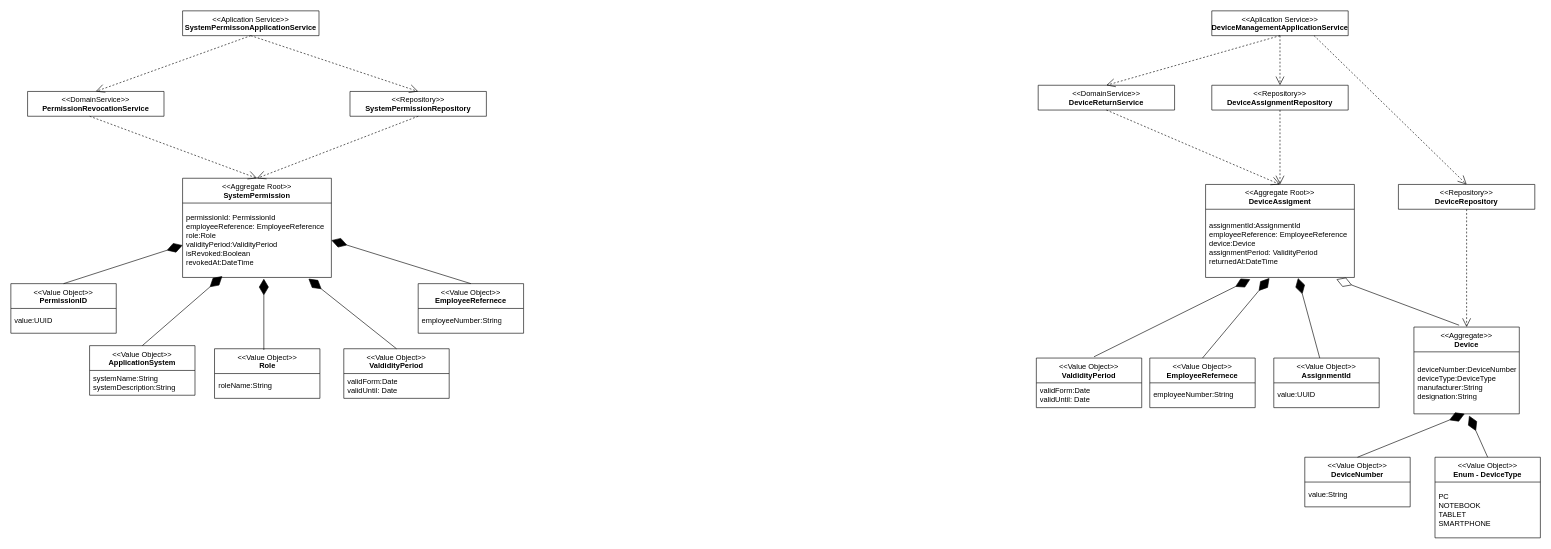
Before: uml/authorization-management.drawio in AlexanderCoopmans/FSE-Mitarbeiterverwaltung-Example, a draw.io diagram. Source tidied: cells renumbered, new cells numbered last; positions are measured from the earlier drawing's top-left corner, leaving out a move shared by most shapes. Both pictures are drawn from the tidied source at 62%, with x=0, y=0 at pixel (11, 11).
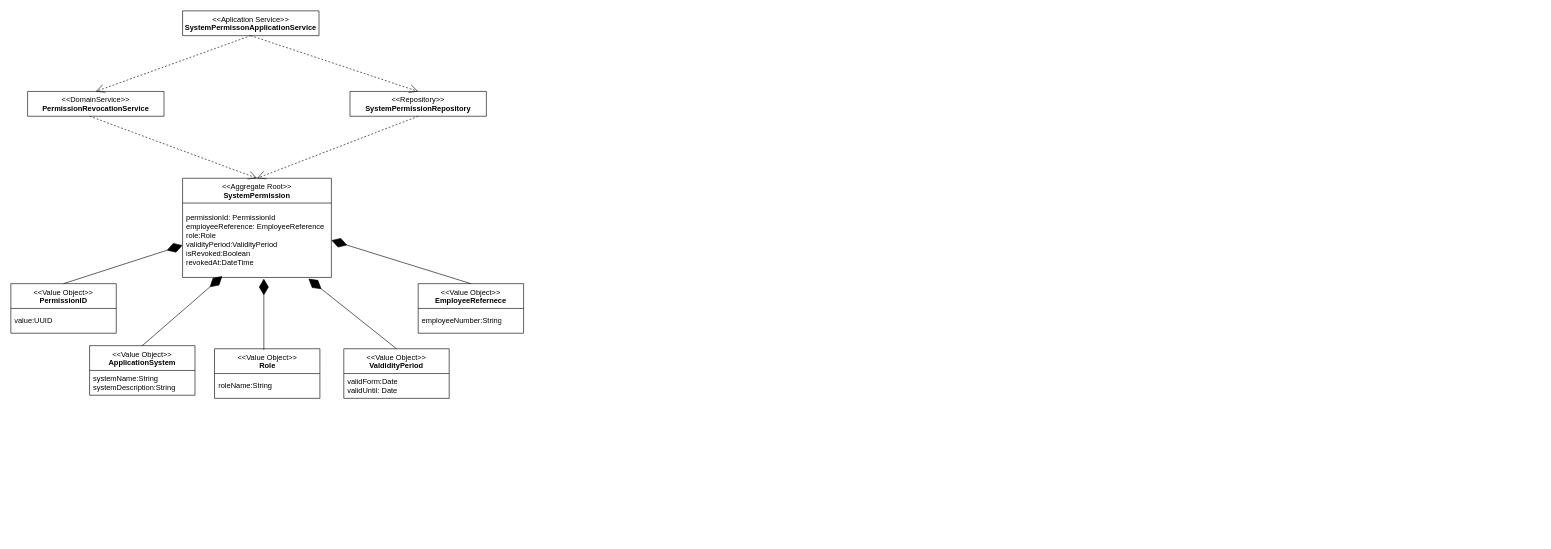
After the change.

What changed in the source:
```diff
@@
-    <mxCell id="3" value="&lt;div&gt;&amp;lt;&amp;lt;Aplication Service&amp;gt;&amp;gt;&lt;div&gt;&lt;b&gt;DeviceManagementApplicationService&lt;/b&gt;&lt;/div&gt;&lt;div&gt;&lt;br&gt;&lt;/div&gt;&lt;/div&gt;" style="swimlane;fontStyle=0;align=center;verticalAlign=top;horizontal=1;startSize=40;html=1;whiteSpace=wrap;" parent="1" vertex="1">
-      <mxGeometry x="1937" width="220" height="40" as="geometry" />
-    </mxCell>
@@
-    <mxCell id="6" value="&amp;lt;&amp;lt;DomainService&amp;gt;&amp;gt;&lt;div&gt;&lt;b&gt;DeviceReturnService&lt;/b&gt;&lt;/div&gt;&lt;div&gt;&lt;br&gt;&lt;/div&gt;" style="swimlane;fontStyle=0;align=center;verticalAlign=top;horizontal=1;startSize=40;html=1;whiteSpace=wrap;" parent="1" vertex="1">
-      <mxGeometry x="1657" y="120" width="220" height="40" as="geometry" />
-    </mxCell>
-    <mxCell id="7" value="&lt;div&gt;&amp;lt;&amp;lt;Repository&amp;gt;&amp;gt;&lt;div style=&quot;&quot;&gt;&lt;b&gt;DeviceAssignmentRepository&lt;/b&gt;&lt;/div&gt;&lt;/div&gt;" style="swimlane;fontStyle=0;align=center;verticalAlign=top;horizontal=1;startSize=40;html=1;whiteSpace=wrap;" parent="1" vertex="1">
-      <mxGeometry x="1937" y="120" width="220" height="40" as="geometry" />
-    </mxCell>
@@
-    <mxCell id="10" value="&lt;div style=&quot;&quot;&gt;&amp;lt;&amp;lt;Aggregate Root&amp;gt;&amp;gt;&lt;/div&gt;&lt;div style=&quot;&quot;&gt;&lt;b&gt;DeviceAssigment&lt;/b&gt;&lt;/div&gt;" style="swimlane;fontStyle=0;align=center;verticalAlign=top;horizontal=1;startSize=40;html=1;whiteSpace=wrap;" parent="1" vertex="1">
-      <mxGeometry x="1927" y="280" width="240" height="150" as="geometry" />
-    </mxCell>
-    <mxCell id="11" value="assignmentId:AssignmentId&lt;div&gt;employeeReference: E&lt;span style=&quot;color: light-dark(rgb(0, 0, 0), rgb(255, 255, 255)); background-color: transparent;&quot;&gt;mployeeReference&lt;/span&gt;&lt;/div&gt;&lt;div&gt;&lt;span style=&quot;color: light-dark(rgb(0, 0, 0), rgb(255, 255, 255)); background-color: transparent;&quot;&gt;device:Device&lt;/span&gt;&lt;/div&gt;&lt;div&gt;&lt;span style=&quot;color: light-dark(rgb(0, 0, 0), rgb(255, 255, 255)); background-color: transparent;&quot;&gt;assignmentPeriod: ValidityPeriod&lt;/span&gt;&lt;/div&gt;&lt;div&gt;&lt;span style=&quot;color: light-dark(rgb(0, 0, 0), rgb(255, 255, 255)); background-color: transparent;&quot;&gt;returnedAt:DateTime&lt;/span&gt;&lt;/div&gt;" style="text;html=1;strokeColor=none;fillColor=none;align=left;verticalAlign=middle;spacingLeft=4;spacingRight=4;overflow=hidden;points=[[0,0.5],[1,0.5]];portConstraint=eastwest;whiteSpace=wrap;" parent="10" vertex="1">
-      <mxGeometry y="40" width="240" height="110" as="geometry" />
-    </mxCell>
-    <mxCell id="12" value="&amp;lt;&amp;lt;Repository&amp;gt;&amp;gt;&lt;div style=&quot;&quot;&gt;&lt;b&gt;DeviceRepository&lt;/b&gt;&lt;/div&gt;" style="swimlane;fontStyle=0;align=center;verticalAlign=top;horizontal=1;startSize=40;html=1;whiteSpace=wrap;" parent="1" vertex="1">
-      <mxGeometry x="2238" y="280" width="220" height="40" as="geometry" />
-    </mxCell>
-    <mxCell id="13" value="&lt;div style=&quot;&quot;&gt;&amp;lt;&amp;lt;Aggregate&amp;gt;&amp;gt;&lt;/div&gt;&lt;div style=&quot;&quot;&gt;&lt;b&gt;Device&lt;/b&gt;&lt;/div&gt;" style="swimlane;fontStyle=0;align=center;verticalAlign=top;horizontal=1;startSize=40;html=1;whiteSpace=wrap;" parent="1" vertex="1">
-      <mxGeometry x="2263" y="510" width="170" height="140" as="geometry" />
-    </mxCell>
-    <mxCell id="14" value="deviceNumber:DeviceNumber&lt;div&gt;deviceType:DeviceType&lt;/div&gt;&lt;div&gt;manufacturer:String&lt;/div&gt;&lt;div&gt;designation:String&lt;/div&gt;" style="text;html=1;strokeColor=none;fillColor=none;align=left;verticalAlign=middle;spacingLeft=4;spacingRight=4;overflow=hidden;points=[[0,0.5],[1,0.5]];portConstraint=eastwest;whiteSpace=wrap;" parent="13" vertex="1">
-      <mxGeometry y="40" width="170" height="100" as="geometry" />
-    </mxCell>
@@
-    <mxCell id="25" value="&lt;div style=&quot;&quot;&gt;&amp;lt;&amp;lt;Value Object&amp;gt;&amp;gt;&lt;/div&gt;&lt;div style=&quot;&quot;&gt;&lt;b&gt;AssignmentId&lt;/b&gt;&lt;/div&gt;" style="swimlane;fontStyle=0;align=center;verticalAlign=top;horizontal=1;startSize=40;html=1;whiteSpace=wrap;" parent="1" vertex="1">
-      <mxGeometry x="2037" y="560" width="170" height="80" as="geometry" />
-    </mxCell>
-    <mxCell id="26" value="value:UUID" style="text;html=1;strokeColor=none;fillColor=none;align=left;verticalAlign=middle;spacingLeft=4;spacingRight=4;overflow=hidden;whiteSpace=wrap;" parent="25" vertex="1">
-      <mxGeometry y="40" width="170" height="40" as="geometry" />
-    </mxCell>
-    <mxCell id="27" value="&lt;div style=&quot;&quot;&gt;&amp;lt;&amp;lt;Value Object&amp;gt;&amp;gt;&lt;/div&gt;&lt;div style=&quot;&quot;&gt;&lt;b&gt;DeviceNumber&lt;/b&gt;&lt;/div&gt;" style="swimlane;fontStyle=0;align=center;verticalAlign=top;horizontal=1;startSize=40;html=1;whiteSpace=wrap;" parent="1" vertex="1">
-      <mxGeometry x="2087" y="720" width="170" height="80" as="geometry" />
-    </mxCell>
-    <mxCell id="28" value="value:String" style="text;html=1;strokeColor=none;fillColor=none;align=left;verticalAlign=middle;spacingLeft=4;spacingRight=4;overflow=hidden;whiteSpace=wrap;" parent="27" vertex="1">
-      <mxGeometry y="40" width="170" height="40" as="geometry" />
-    </mxCell>
-    <mxCell id="29" value="&lt;div style=&quot;&quot;&gt;&amp;lt;&amp;lt;Value Object&amp;gt;&amp;gt;&lt;/div&gt;&lt;div style=&quot;&quot;&gt;&lt;b&gt;Enum - DeviceType&lt;/b&gt;&lt;/div&gt;" style="swimlane;fontStyle=0;align=center;verticalAlign=top;horizontal=1;startSize=40;html=1;whiteSpace=wrap;" parent="1" vertex="1">
-      <mxGeometry x="2297" y="720" width="170" height="130" as="geometry" />
-    </mxCell>
-    <mxCell id="30" value="PC&lt;div&gt;NOTEBOOK&lt;/div&gt;&lt;div&gt;TABLET&lt;/div&gt;&lt;div&gt;SMARTPHONE&lt;/div&gt;" style="text;html=1;strokeColor=none;fillColor=none;align=left;verticalAlign=middle;spacingLeft=4;spacingRight=4;overflow=hidden;whiteSpace=wrap;" parent="29" vertex="1">
-      <mxGeometry y="40" width="170" height="90" as="geometry" />
-    </mxCell>
-    <mxCell id="31" value="&lt;div style=&quot;&quot;&gt;&amp;lt;&amp;lt;Value Object&amp;gt;&amp;gt;&lt;/div&gt;&lt;div style=&quot;&quot;&gt;&lt;b&gt;EmployeeRefernece&lt;/b&gt;&lt;/div&gt;" style="swimlane;fontStyle=0;align=center;verticalAlign=top;horizontal=1;startSize=40;html=1;whiteSpace=wrap;" parent="1" vertex="1">
-      <mxGeometry x="1837" y="560" width="170" height="80" as="geometry" />
-    </mxCell>
-    <mxCell id="32" value="employeeNumber:String" style="text;html=1;strokeColor=none;fillColor=none;align=left;verticalAlign=middle;spacingLeft=4;spacingRight=4;overflow=hidden;whiteSpace=wrap;" parent="31" vertex="1">
-      <mxGeometry y="40" width="170" height="40" as="geometry" />
-    </mxCell>
-    <mxCell id="33" value="&lt;div style=&quot;&quot;&gt;&amp;lt;&amp;lt;Value Object&amp;gt;&amp;gt;&lt;/div&gt;&lt;div style=&quot;&quot;&gt;&lt;b&gt;ValdidityPeriod&lt;/b&gt;&lt;/div&gt;" style="swimlane;fontStyle=0;align=center;verticalAlign=top;horizontal=1;startSize=40;html=1;whiteSpace=wrap;" parent="1" vertex="1">
-      <mxGeometry x="1654" y="560" width="170" height="80" as="geometry" />
-    </mxCell>
-    <mxCell id="34" value="validForm:Date&lt;div&gt;validUntil: Date&lt;/div&gt;" style="text;html=1;strokeColor=none;fillColor=none;align=left;verticalAlign=middle;spacingLeft=4;spacingRight=4;overflow=hidden;whiteSpace=wrap;" parent="33" vertex="1">
-      <mxGeometry y="40" width="170" height="40" as="geometry" />
-    </mxCell>
-    <mxCell id="35" style="endArrow=open;endSize=12;dashed=1;html=1;rounded=0;exitX=0.5;exitY=1;exitDx=0;exitDy=0;entryX=0.5;entryY=0;entryDx=0;entryDy=0;" parent="1" edge="1" source="3" target="6">
-      <mxGeometry relative="1" as="geometry" />
-    </mxCell>
-    <mxCell id="36" style="endArrow=open;endSize=12;dashed=1;html=1;rounded=0;exitX=0.5;exitY=1;exitDx=0;exitDy=0;entryX=0.5;entryY=0;entryDx=0;entryDy=0;" parent="1" edge="1" source="3" target="7">
-      <mxGeometry relative="1" as="geometry" />
-    </mxCell>
-    <mxCell id="37" style="endArrow=open;endSize=12;dashed=1;html=1;rounded=0;exitX=0.5;exitY=1;exitDx=0;exitDy=0;entryX=0.5;entryY=0;entryDx=0;entryDy=0;" parent="1" edge="1" source="6" target="10">
-      <mxGeometry relative="1" as="geometry" />
-    </mxCell>
-    <mxCell id="38" style="endArrow=open;endSize=12;dashed=1;html=1;rounded=0;exitX=0.5;exitY=1;exitDx=0;exitDy=0;entryX=0.5;entryY=0;entryDx=0;entryDy=0;" parent="1" edge="1" source="7" target="10">
-      <mxGeometry relative="1" as="geometry" />
-    </mxCell>
-    <mxCell id="39" style="endArrow=diamondThin;endFill=1;endSize=24;html=1;rounded=0;exitX=0.547;exitY=-0.025;exitDx=0;exitDy=0;exitPerimeter=0;entryX=0.3;entryY=1.027;entryDx=0;entryDy=0;entryPerimeter=0;" parent="1" edge="1" source="33" target="11">
-      <mxGeometry relative="1" as="geometry" />
-    </mxCell>
-    <mxCell id="40" style="endArrow=diamondThin;endFill=1;endSize=24;html=1;rounded=0;exitX=0.5;exitY=0;exitDx=0;exitDy=0;entryX=0.429;entryY=1.009;entryDx=0;entryDy=0;entryPerimeter=0;" parent="1" edge="1" source="31" target="11">
-      <mxGeometry relative="1" as="geometry" />
-    </mxCell>
-    <mxCell id="41" style="endArrow=diamondThin;endFill=1;endSize=24;html=1;rounded=0;entryX=0.621;entryY=1.009;entryDx=0;entryDy=0;entryPerimeter=0;" parent="1" edge="1" source="25" target="11">
-      <mxGeometry relative="1" as="geometry" />
-    </mxCell>
-    <mxCell id="42" style="endArrow=diamondThin;endFill=1;endSize=24;html=1;rounded=0;entryX=0.482;entryY=1;entryDx=0;entryDy=0;entryPerimeter=0;exitX=0.5;exitY=0;exitDx=0;exitDy=0;" parent="1" edge="1" source="27" target="14">
-      <mxGeometry relative="1" as="geometry" />
-    </mxCell>
-    <mxCell id="43" style="endArrow=diamondThin;endFill=1;endSize=24;html=1;rounded=0;exitX=0.5;exitY=0;exitDx=0;exitDy=0;entryX=0.524;entryY=1.03;entryDx=0;entryDy=0;entryPerimeter=0;" parent="1" edge="1" source="29" target="14">
-      <mxGeometry relative="1" as="geometry" />
-    </mxCell>
-    <mxCell id="44" style="endArrow=diamondThin;endFill=0;endSize=24;html=1;rounded=0;entryX=0.879;entryY=1.027;entryDx=0;entryDy=0;entryPerimeter=0;exitX=0.429;exitY=-0.021;exitDx=0;exitDy=0;exitPerimeter=0;" parent="1" edge="1" source="13" target="11">
-      <mxGeometry relative="1" as="geometry" />
-    </mxCell>
@@
-    <mxCell id="54" style="endArrow=open;endSize=12;dashed=1;html=1;rounded=0;exitX=0.75;exitY=1;exitDx=0;exitDy=0;entryX=0.5;entryY=0;entryDx=0;entryDy=0;" parent="1" edge="1" source="3" target="12">
-      <mxGeometry relative="1" as="geometry" />
-    </mxCell>
-    <mxCell id="55" style="endArrow=open;endSize=12;dashed=1;html=1;rounded=0;exitX=0.5;exitY=1;exitDx=0;exitDy=0;entryX=0.5;entryY=0;entryDx=0;entryDy=0;" parent="1" edge="1" source="12" target="13">
-      <mxGeometry relative="1" as="geometry" />
-    </mxCell>
```
